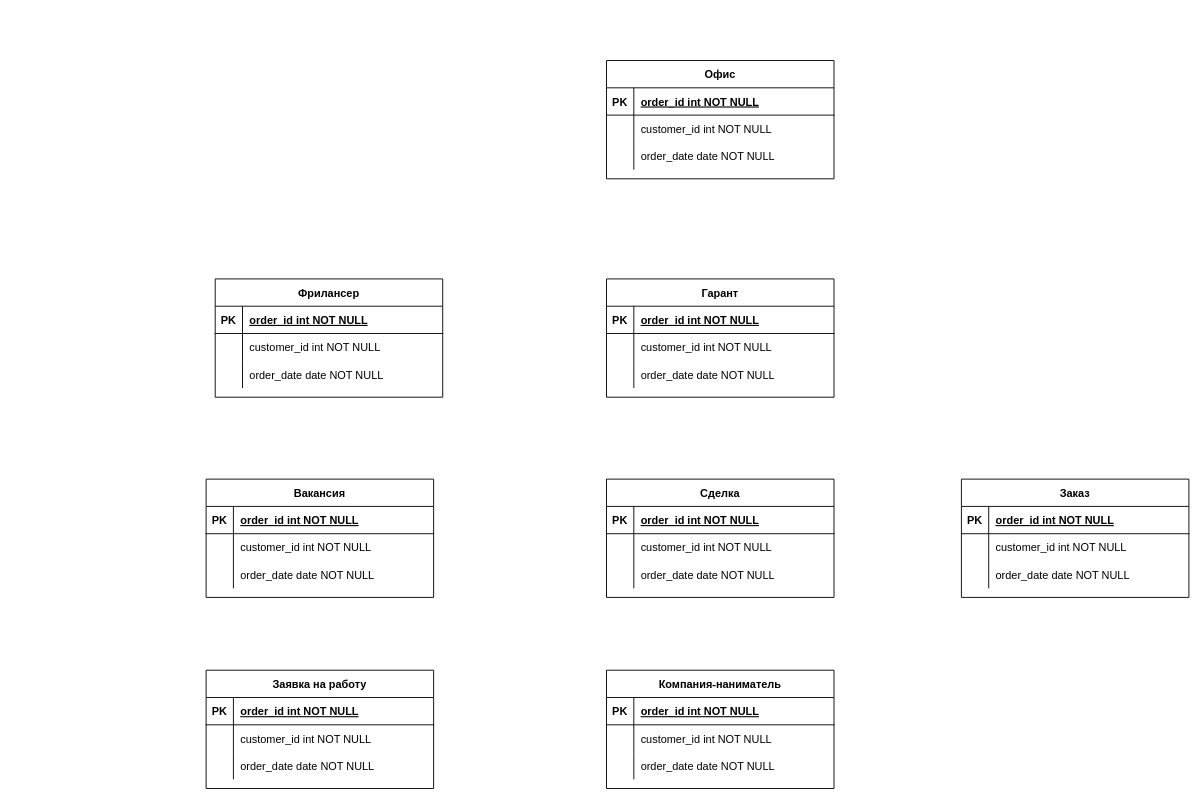
This is Диаграмма без названия.drawio from jbvcdfhjkjnvccdesszxchiokk/pythonProject, a draw.io file, before an edit. Source tidied: cells renumbered, new cells numbered last; positions are measured from the earlier drawing's top-left corner, leaving out a move shared by most shapes. Both pictures are drawn from the tidied source at 91%, with x=0, y=0 at pixel (206, 60).
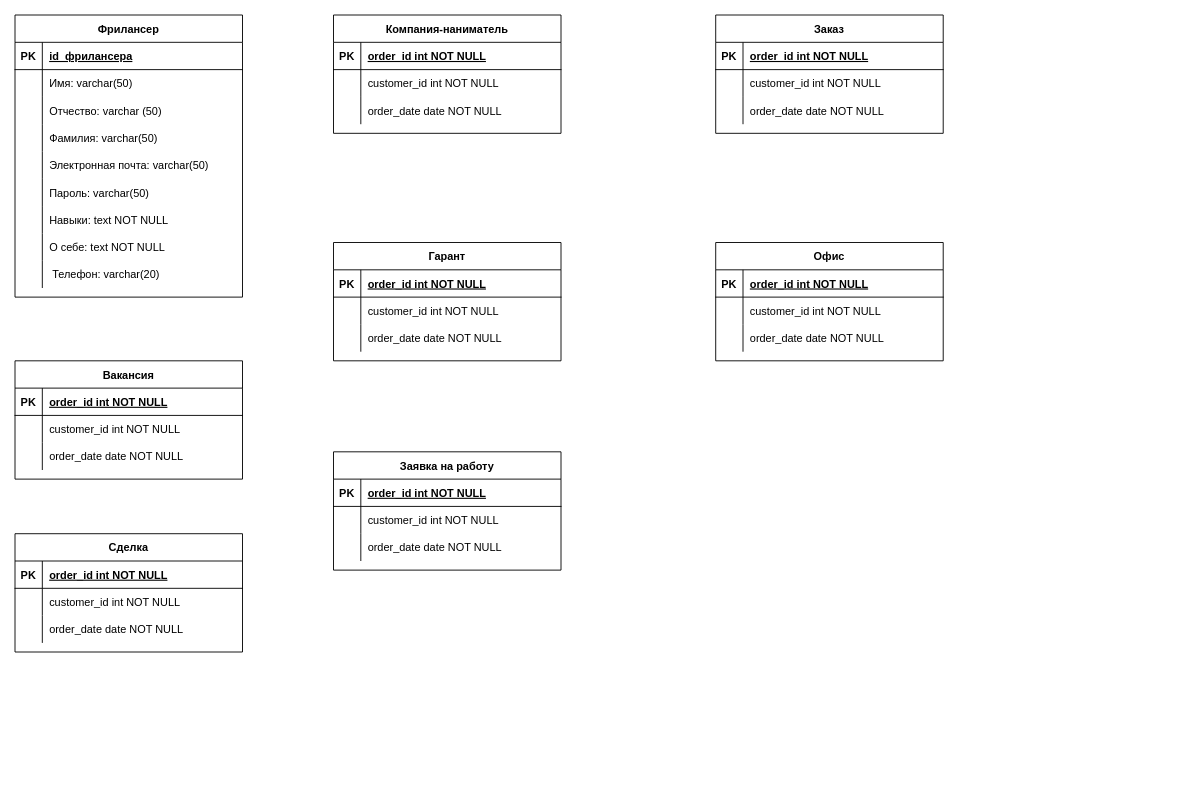
After the change.

The change refers to these unchanged cells:
```xml
<mxCell id="73" style="shape=partialRectangle;fillColor=none;top=0;left=0;right=0;bottom=1;" parent="72" vertex="1">
  <mxGeometry y="30" width="250" height="30" as="geometry" />
</mxCell>
<mxCell id="76" style="shape=partialRectangle;fillColor=none;top=0;left=0;right=0;bottom=0;" parent="72" vertex="1">
  <mxGeometry y="60" width="250" height="30" as="geometry" />
</mxCell>
```

Change to the diagram source:
```diff
@@
     <mxCell id="2" value="Компания-наниматель" style="shape=table;startSize=30;childLayout=tableLayout;rowLines=0;fontStyle=1;align=center;" parent="1" vertex="1">
-      <mxGeometry x="440" y="670" width="250" height="130" as="geometry" />
+      <mxGeometry x="140" y="-50" width="250" height="130" as="geometry" />
     </mxCell>
@@
     <mxCell id="12" value="Заявка на работу" style="shape=table;startSize=30;childLayout=tableLayout;rowLines=0;fontStyle=1;align=center;" parent="1" vertex="1">
-      <mxGeometry y="670" width="250" height="130" as="geometry" />
+      <mxGeometry x="140" y="430" width="250" height="130" as="geometry" />
     </mxCell>
@@
     <mxCell id="22" value="Сделка" style="shape=table;startSize=30;childLayout=tableLayout;rowLines=0;fontStyle=1;align=center;" parent="1" vertex="1">
-      <mxGeometry x="440" y="460" width="250" height="130" as="geometry" />
+      <mxGeometry x="-210" y="520" width="250" height="130" as="geometry" />
     </mxCell>
@@
     <mxCell id="32" value="Офис" style="shape=table;startSize=30;childLayout=tableLayout;rowLines=0;fontStyle=1;align=center;" parent="1" vertex="1">
-      <mxGeometry x="440" width="250" height="130" as="geometry" />
+      <mxGeometry x="560" y="200" width="250" height="130" as="geometry" />
     </mxCell>
@@
     <mxCell id="42" value="Гарант" style="shape=table;startSize=30;childLayout=tableLayout;rowLines=0;fontStyle=1;align=center;" parent="1" vertex="1">
-      <mxGeometry x="440" y="240" width="250" height="130" as="geometry" />
+      <mxGeometry x="140" y="200" width="250" height="130" as="geometry" />
     </mxCell>
@@
     <mxCell id="52" value="Вакансия" style="shape=table;startSize=30;childLayout=tableLayout;rowLines=0;fontStyle=1;align=center;" parent="1" vertex="1">
-      <mxGeometry y="460" width="250" height="130" as="geometry" />
+      <mxGeometry x="-210" y="330" width="250" height="130" as="geometry" />
     </mxCell>
@@
     <mxCell id="62" value="Заказ" style="shape=table;startSize=30;childLayout=tableLayout;rowLines=0;fontStyle=1;align=center;" parent="1" vertex="1">
-      <mxGeometry x="830" y="460" width="250" height="130" as="geometry" />
+      <mxGeometry x="560" y="-50" width="250" height="130" as="geometry" />
     </mxCell>
@@
     <mxCell id="72" value="Фрилансер" style="shape=table;startSize=30;childLayout=tableLayout;rowLines=0;fontStyle=1;align=center;" parent="1" vertex="1">
-      <mxGeometry x="10" y="240" width="250" height="130" as="geometry" />
+      <mxGeometry x="-210" y="-50" width="250" height="310" as="geometry" />
     </mxCell>
@@
-    <mxCell id="75" value="order_id int NOT NULL " style="shape=partialRectangle;overflow=hidden;fillColor=none;top=0;left=0;bottom=0;right=0;align=left;spacingLeft=6;fontStyle=5;" parent="73" vertex="1">
+    <mxCell id="75" value="id_фрилансера" style="shape=partialRectangle;overflow=hidden;fillColor=none;top=0;left=0;bottom=0;right=0;align=left;spacingLeft=6;fontStyle=5;" parent="73" vertex="1">
       <mxGeometry x="30" width="220" height="30" as="geometry" />
     </mxCell>
@@
-    <mxCell id="78" value="customer_id int NOT NULL" style="shape=partialRectangle;overflow=hidden;fillColor=none;top=0;left=0;bottom=0;right=0;align=left;spacingLeft=6;" parent="76" vertex="1">
+    <mxCell id="78" value="Имя: varchar(50)" style="shape=partialRectangle;overflow=hidden;fillColor=none;top=0;left=0;bottom=0;right=0;align=left;spacingLeft=6;" parent="76" vertex="1">
       <mxGeometry x="30" width="220" height="30" as="geometry" />
     </mxCell>
+    <mxCell id="82" style="shape=partialRectangle;fillColor=none;top=0;left=0;right=0;bottom=0;" parent="72" vertex="1">
+      <mxGeometry y="90" width="250" height="30" as="geometry" />
+    </mxCell>
+    <mxCell id="83" style="shape=partialRectangle;overflow=hidden;fillColor=none;top=0;left=0;bottom=0;right=0;" parent="82" vertex="1">
+      <mxGeometry width="30" height="30" as="geometry" />
+    </mxCell>
+    <mxCell id="84" value="Отчество: varchar (50)" style="shape=partialRectangle;overflow=hidden;fillColor=none;top=0;left=0;bottom=0;right=0;align=left;spacingLeft=6;" parent="82" vertex="1">
+      <mxGeometry x="30" width="220" height="30" as="geometry" />
+    </mxCell>
+    <mxCell id="85" style="shape=partialRectangle;fillColor=none;top=0;left=0;right=0;bottom=0;" parent="72" vertex="1">
+      <mxGeometry y="120" width="250" height="30" as="geometry" />
+    </mxCell>
+    <mxCell id="86" style="shape=partialRectangle;overflow=hidden;fillColor=none;top=0;left=0;bottom=0;right=0;" parent="85" vertex="1">
+      <mxGeometry width="30" height="30" as="geometry" />
+    </mxCell>
+    <mxCell id="87" value="Фамилия: varchar(50)" style="shape=partialRectangle;overflow=hidden;fillColor=none;top=0;left=0;bottom=0;right=0;align=left;spacingLeft=6;" parent="85" vertex="1">
+      <mxGeometry x="30" width="220" height="30" as="geometry" />
+    </mxCell>
     <mxCell id="79" style="shape=partialRectangle;fillColor=none;top=0;left=0;right=0;bottom=0;" parent="72" vertex="1">
-      <mxGeometry y="90" width="250" height="30" as="geometry" />
+      <mxGeometry y="150" width="250" height="30" as="geometry" />
     </mxCell>
@@
-    <mxCell id="81" value="order_date date NOT NULL" style="shape=partialRectangle;overflow=hidden;fillColor=none;top=0;left=0;bottom=0;right=0;align=left;spacingLeft=6;" parent="79" vertex="1">
+    <mxCell id="81" value="Электронная почта: varchar(50)" style="shape=partialRectangle;overflow=hidden;fillColor=none;top=0;left=0;bottom=0;right=0;align=left;spacingLeft=6;" parent="79" vertex="1">
       <mxGeometry x="30" width="220" height="30" as="geometry" />
     </mxCell>
+    <mxCell id="88" style="shape=partialRectangle;fillColor=none;top=0;left=0;right=0;bottom=0;" parent="72" vertex="1">
+      <mxGeometry y="180" width="250" height="30" as="geometry" />
+    </mxCell>
+    <mxCell id="89" style="shape=partialRectangle;overflow=hidden;fillColor=none;top=0;left=0;bottom=0;right=0;" parent="88" vertex="1">
+      <mxGeometry width="30" height="30" as="geometry" />
+    </mxCell>
+    <mxCell id="90" value="Пароль: varchar(50)" style="shape=partialRectangle;overflow=hidden;fillColor=none;top=0;left=0;bottom=0;right=0;align=left;spacingLeft=6;" parent="88" vertex="1">
+      <mxGeometry x="30" width="220" height="30" as="geometry" />
+    </mxCell>
+    <mxCell id="91" style="shape=partialRectangle;fillColor=none;top=0;left=0;right=0;bottom=0;" parent="72" vertex="1">
+      <mxGeometry y="210" width="250" height="30" as="geometry" />
+    </mxCell>
+    <mxCell id="92" style="shape=partialRectangle;overflow=hidden;fillColor=none;top=0;left=0;bottom=0;right=0;" parent="91" vertex="1">
+      <mxGeometry width="30" height="30" as="geometry" />
+    </mxCell>
+    <mxCell id="93" value="Навыки: text NOT NULL" style="shape=partialRectangle;overflow=hidden;fillColor=none;top=0;left=0;bottom=0;right=0;align=left;spacingLeft=6;" parent="91" vertex="1">
+      <mxGeometry x="30" width="220" height="30" as="geometry" />
+    </mxCell>
+    <mxCell id="94" style="shape=partialRectangle;fillColor=none;top=0;left=0;right=0;bottom=0;" parent="72" vertex="1">
+      <mxGeometry y="240" width="250" height="30" as="geometry" />
+    </mxCell>
+    <mxCell id="95" style="shape=partialRectangle;overflow=hidden;fillColor=none;top=0;left=0;bottom=0;right=0;" parent="94" vertex="1">
+      <mxGeometry width="30" height="30" as="geometry" />
+    </mxCell>
+    <mxCell id="96" value="О себе: text NOT NULL" style="shape=partialRectangle;overflow=hidden;fillColor=none;top=0;left=0;bottom=0;right=0;align=left;spacingLeft=6;" parent="94" vertex="1">
+      <mxGeometry x="30" width="220" height="30" as="geometry" />
+    </mxCell>
+    <mxCell id="97" style="shape=partialRectangle;fillColor=none;top=0;left=0;right=0;bottom=0;" parent="72" vertex="1">
+      <mxGeometry y="270" width="250" height="30" as="geometry" />
+    </mxCell>
+    <mxCell id="98" style="shape=partialRectangle;overflow=hidden;fillColor=none;top=0;left=0;bottom=0;right=0;" parent="97" vertex="1">
+      <mxGeometry width="30" height="30" as="geometry" />
+    </mxCell>
+    <mxCell id="99" value=" Телефон: varchar(20)" style="shape=partialRectangle;overflow=hidden;fillColor=none;top=0;left=0;bottom=0;right=0;align=left;spacingLeft=6;" parent="97" vertex="1">
+      <mxGeometry x="30" width="220" height="30" as="geometry" />
+    </mxCell>
```
